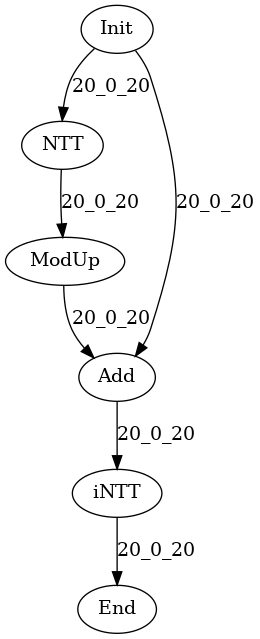
The Graphviz diagram data/graph_poly.dot.png in hal-lab-u-tokyo/PolyFHE, before a commit. Its source is kept beside it as data/graph_poly.dot.
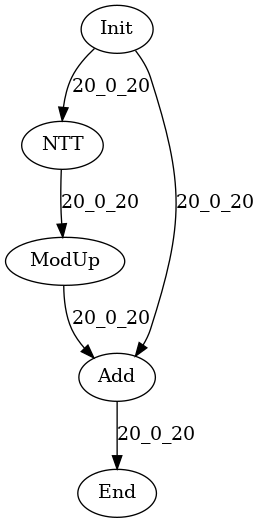
After the change.

What changed in the source:
```diff
@@ -2,13 +2,11 @@
 Init[label="Init"];
 End[label="End"];
 NTT[label="NTT"];
-iNTT[label="iNTT"];
 Add[label="Add"];
 ModUp[label="ModUp"];
 Init -> NTT[label="20_0_20"];
 NTT -> ModUp[label="20_0_20"];
 ModUp -> Add[label="20_0_20"];
 Init -> Add[label="20_0_20"];
-Add -> iNTT[label="20_0_20"];
-iNTT -> End[label="20_0_20"];
+Add -> End[label="20_0_20"];
 }
```
